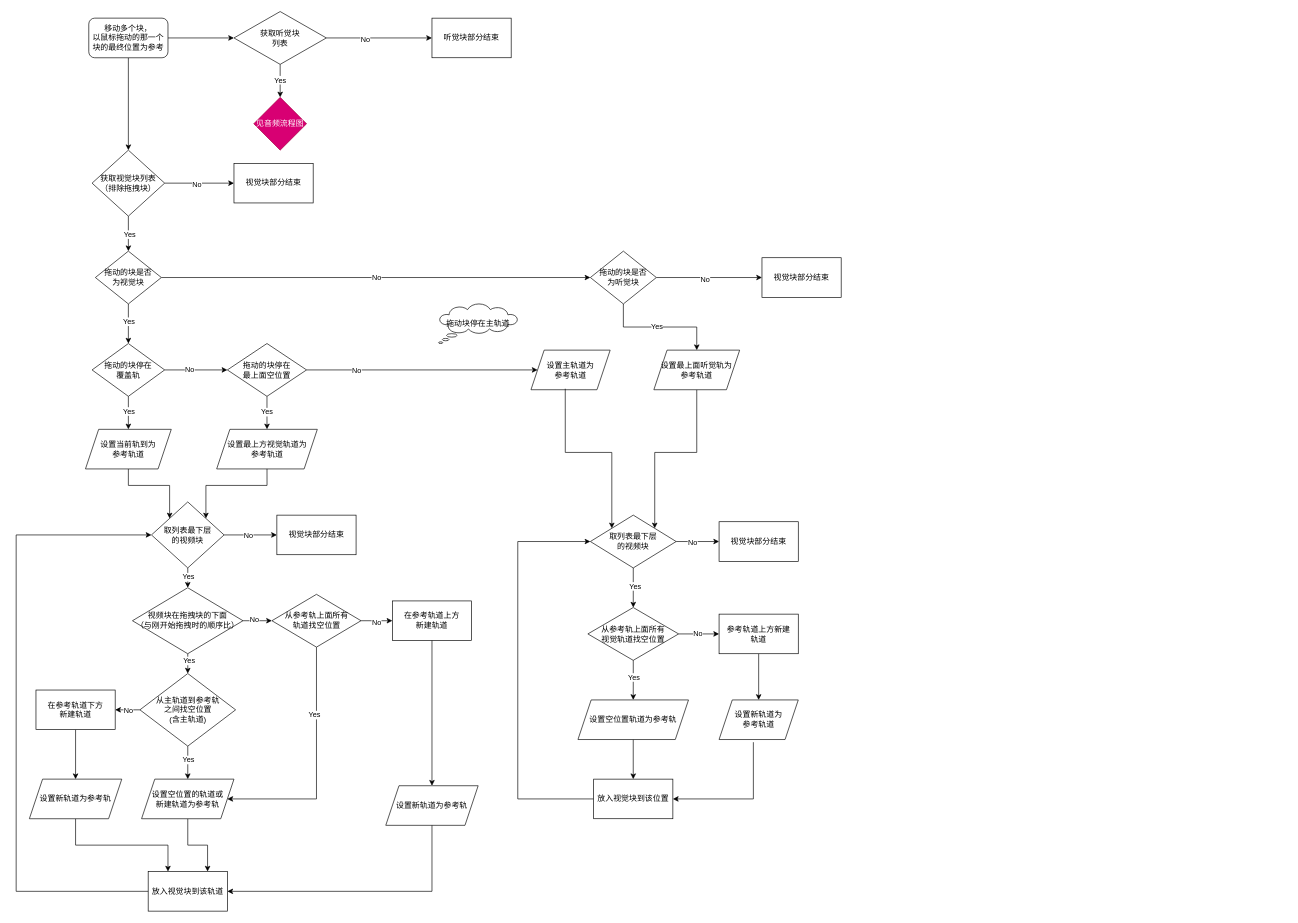
Before: page "多块移动-视觉块" (4 of 5) of drag flow.drawio in macfanr/drawio, a draw.io diagram. Source tidied: cells renumbered, new cells numbered last; positions are measured from the earlier drawing's top-left corner, leaving out a move shared by most shapes. Both pictures are drawn from the tidied source at 66%, with x=0, y=0 at pixel (16, 11).
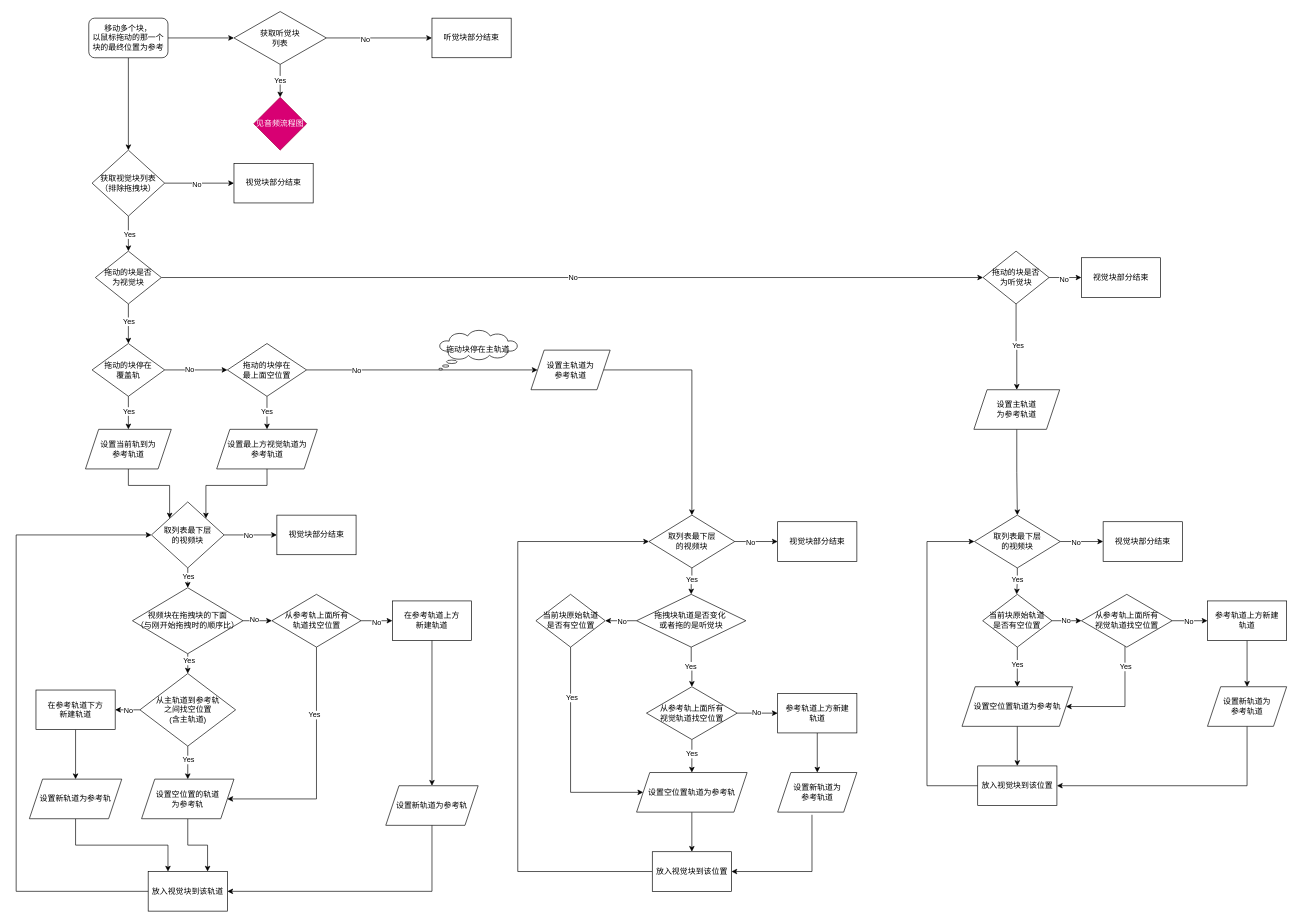
The same page after the edit.

Unchanged cells that the change refers to:
```xml
<mxCell id="94" value="设置主轨道为&lt;br&gt;参考轨道" style="shape=parallelogram;perimeter=parallelogramPerimeter;whiteSpace=wrap;html=1;fixedSize=1;rounded=0;" parent="1" vertex="1">
  <mxGeometry x="780" y="513" width="120" height="60" as="geometry" />
</mxCell>
```

Diff of the diagram source:
```diff
@@
     <mxCell id="15" style="endArrow=classic;html=1;rounded=0;entryX=0;entryY=0.5;entryDx=0;entryDy=0;exitX=0;exitY=0.5;exitDx=0;exitDy=0;" parent="1" edge="1" source="38" target="31">
       <mxGeometry relative="1" as="geometry">
         <Array as="points">
-          <mxPoint x="760" y="1193" />
+          <mxPoint x="760" y="1303" />
           <mxPoint x="760" y="803" />
         </Array>
       </mxGeometry>
     </mxCell>
@@
     <mxCell id="26" value="拖动的块是否&lt;br&gt;为听觉块" style="rhombus;whiteSpace=wrap;html=1;rounded=0;" parent="1" vertex="1">
-      <mxGeometry x="870" y="363" width="100" height="80" as="geometry" />
+      <mxGeometry x="1465" y="363" width="100" height="80" as="geometry" />
     </mxCell>
@@
-    <mxCell id="29" style="edgeStyle=orthogonalEdgeStyle;rounded=0;jettySize=auto;html=1;endArrow=classic;endFill=1;" parent="1" edge="1" source="31" target="37">
-      <mxGeometry relative="1" as="geometry" />
-    </mxCell>
-    <mxCell id="30" value="Yes" style="edgeLabel;html=1;align=center;verticalAlign=middle;" parent="29" vertex="1">
-      <mxGeometry x="-0.11" y="2" relative="1" as="geometry" />
-    </mxCell>
+    <mxCell id="100" style="edgeStyle=orthogonalEdgeStyle;rounded=0;jettySize=auto;html=1;" parent="1" edge="1" source="31" target="107">
+      <mxGeometry relative="1" as="geometry" />
+    </mxCell>
+    <mxCell id="101" value="Yes" style="edgeLabel;html=1;align=center;verticalAlign=middle;" parent="100" vertex="1">
+      <mxGeometry x="-0.17" relative="1" as="geometry" />
+    </mxCell>
     <mxCell id="31" value="取列表最下层&lt;br&gt;的视频块" style="rhombus;whiteSpace=wrap;html=1;rounded=0;" parent="1" vertex="1">
-      <mxGeometry x="870" y="763" width="130" height="80" as="geometry" />
+      <mxGeometry x="958.8" y="763" width="130" height="80" as="geometry" />
     </mxCell>
     <mxCell id="32" value="视觉块部分结束" style="whiteSpace=wrap;html=1;rounded=0;" parent="1" vertex="1">
-      <mxGeometry x="1065" y="773" width="120" height="60" as="geometry" />
+      <mxGeometry x="1153.8" y="773" width="120" height="60" as="geometry" />
     </mxCell>
@@
     <mxCell id="37" value="从参考轨上面所有&lt;br&gt;视觉轨道找空位置" style="rhombus;whiteSpace=wrap;html=1;rounded=0;" parent="1" vertex="1">
-      <mxGeometry x="866.2" y="903" width="137.5" height="80" as="geometry" />
+      <mxGeometry x="955" y="1023" width="137.5" height="80" as="geometry" />
     </mxCell>
     <mxCell id="38" value="放入视觉块到该位置" style="whiteSpace=wrap;html=1;rounded=0;" parent="1" vertex="1">
-      <mxGeometry x="875" y="1163" width="120" height="60" as="geometry" />
+      <mxGeometry x="963.8" y="1273" width="120" height="60" as="geometry" />
     </mxCell>
-    <mxCell id="39" style="edgeStyle=orthogonalEdgeStyle;rounded=0;jettySize=auto;html=1;endArrow=classic;endFill=1;entryX=1;entryY=0;entryDx=0;entryDy=0;" parent="1" edge="1" source="40" target="31">
-      <mxGeometry relative="1" as="geometry" />
-    </mxCell>
+    <mxCell id="102" style="edgeStyle=orthogonalEdgeStyle;rounded=0;jettySize=auto;html=1;entryX=0.5;entryY=0;entryDx=0;entryDy=0;" parent="1" edge="1" source="40" target="116">
+      <mxGeometry relative="1" as="geometry" />
+    </mxCell>
-    <mxCell id="40" value="设置最上面听觉轨为&lt;br&gt;参考轨道" style="shape=parallelogram;perimeter=parallelogramPerimeter;whiteSpace=wrap;html=1;fixedSize=1;rounded=0;" parent="1" vertex="1">
-      <mxGeometry x="966.2" y="513" width="130" height="60" as="geometry" />
+    <mxCell id="40" value="设置主轨道&lt;br&gt;为参考轨道" style="shape=parallelogram;perimeter=parallelogramPerimeter;whiteSpace=wrap;html=1;fixedSize=1;rounded=0;" parent="1" vertex="1">
+      <mxGeometry x="1451.1" y="573" width="130" height="60" as="geometry" />
     </mxCell>
@@
     <mxCell id="42" value="设置空位置轨道为参考轨" style="shape=parallelogram;perimeter=parallelogramPerimeter;whiteSpace=wrap;html=1;fixedSize=1;rounded=0;" parent="1" vertex="1">
-      <mxGeometry x="851.2" y="1043" width="167.5" height="60" as="geometry" />
+      <mxGeometry x="940" y="1153" width="167.5" height="60" as="geometry" />
     </mxCell>
@@
     <mxCell id="44" value="&lt;span&gt;参考轨道上方新建&lt;br&gt;轨道&lt;br&gt;&lt;/span&gt;" style="whiteSpace=wrap;html=1;rounded=0;" parent="1" vertex="1">
-      <mxGeometry x="1065" y="913" width="120" height="60" as="geometry" />
+      <mxGeometry x="1153.8" y="1033" width="120" height="60" as="geometry" />
     </mxCell>
     <mxCell id="45" value="视觉块部分结束" style="whiteSpace=wrap;html=1;rounded=0;" parent="1" vertex="1">
-      <mxGeometry x="1130" y="373" width="120" height="60" as="geometry" />
+      <mxGeometry x="1614" y="373" width="120" height="60" as="geometry" />
     </mxCell>
@@
-    <mxCell id="59" value="设置空位置的轨道或&lt;br&gt;新建轨道为参考轨" style="shape=parallelogram;perimeter=parallelogramPerimeter;whiteSpace=wrap;html=1;fixedSize=1;rounded=0;" parent="1" vertex="1">
+    <mxCell id="59" value="设置空位置的轨道&lt;br&gt;为参考轨" style="shape=parallelogram;perimeter=parallelogramPerimeter;whiteSpace=wrap;html=1;fixedSize=1;rounded=0;" parent="1" vertex="1">
       <mxGeometry x="190" y="1163" width="140" height="60" as="geometry" />
     </mxCell>
@@
     <mxCell id="93" value="拖动块停在主轨道" style="whiteSpace=wrap;html=1;shape=mxgraph.basic.cloud_callout;rounded=0;" parent="1" vertex="1">
-      <mxGeometry x="640" y="443" width="120" height="60" as="geometry" />
+      <mxGeometry x="640" y="483" width="120" height="60" as="geometry" />
     </mxCell>
+    <mxCell id="95" style="edgeStyle=orthogonalEdgeStyle;rounded=0;jettySize=auto;html=1;entryX=0.5;entryY=0;entryDx=0;entryDy=0;" parent="1" edge="1" source="94" target="31">
+      <mxGeometry relative="1" as="geometry" />
+    </mxCell>
@@
-    <mxCell id="95" style="edgeStyle=orthogonalEdgeStyle;rounded=0;jettySize=auto;html=1;exitX=0.433;exitY=0.975;exitDx=0;exitDy=0;exitPerimeter=0;entryX=0;entryY=0;entryDx=0;entryDy=0;" parent="1" edge="1" source="94" target="31">
-      <mxGeometry relative="1" as="geometry" />
-    </mxCell>
     <mxCell id="96" style="edgeStyle=orthogonalEdgeStyle;rounded=0;jettySize=auto;html=1;entryX=1;entryY=0.5;entryDx=0;entryDy=0;exitX=0.433;exitY=1.067;exitDx=0;exitDy=0;exitPerimeter=0;" parent="1" edge="1" source="97" target="38">
       <mxGeometry relative="1" as="geometry">
         <Array as="points">
-          <mxPoint x="1117" y="1193" />
+          <mxPoint x="1205.8" y="1303" />
         </Array>
       </mxGeometry>
     </mxCell>
     <mxCell id="97" value="设置新轨道为&lt;br&gt;参考轨道" style="shape=parallelogram;perimeter=parallelogramPerimeter;whiteSpace=wrap;html=1;fixedSize=1;rounded=0;" parent="1" vertex="1">
-      <mxGeometry x="1065" y="1043" width="120" height="60" as="geometry" />
+      <mxGeometry x="1153.8" y="1153" width="120" height="60" as="geometry" />
     </mxCell>
@@
+    <mxCell id="103" style="edgeStyle=orthogonalEdgeStyle;rounded=0;jettySize=auto;html=1;" parent="1" edge="1" source="107" target="37">
+      <mxGeometry relative="1" as="geometry" />
+    </mxCell>
+    <mxCell id="104" value="Yes" style="edgeLabel;html=1;align=center;verticalAlign=middle;" parent="103" vertex="1">
+      <mxGeometry x="-0.08" y="-1" relative="1" as="geometry" />
+    </mxCell>
+    <mxCell id="105" style="edgeStyle=orthogonalEdgeStyle;rounded=0;jettySize=auto;html=1;" parent="1" edge="1" source="107" target="110">
+      <mxGeometry relative="1" as="geometry" />
+    </mxCell>
+    <mxCell id="106" value="No" style="edgeLabel;html=1;align=center;verticalAlign=middle;" parent="105" vertex="1">
+      <mxGeometry x="-0.05" relative="1" as="geometry" />
+    </mxCell>
+    <mxCell id="107" value="拖拽块轨道是否变化&amp;nbsp;&lt;br&gt;或者拖的是听觉块" style="rhombus;whiteSpace=wrap;html=1;rounded=0;" parent="1" vertex="1">
+      <mxGeometry x="940" y="883" width="165.6" height="80" as="geometry" />
+    </mxCell>
+    <mxCell id="108" style="edgeStyle=orthogonalEdgeStyle;rounded=0;jettySize=auto;html=1;entryX=0;entryY=0.5;entryDx=0;entryDy=0;" parent="1" edge="1" source="110" target="42">
+      <mxGeometry relative="1" as="geometry">
+        <Array as="points">
+          <mxPoint x="840" y="1183" />
+        </Array>
+      </mxGeometry>
+    </mxCell>
+    <mxCell id="109" value="Yes" style="edgeLabel;html=1;align=center;verticalAlign=middle;" parent="108" vertex="1">
+      <mxGeometry x="-0.54" y="1" relative="1" as="geometry" />
+    </mxCell>
+    <mxCell id="110" value="当前块原始轨道&lt;br&gt;是否有空位置" style="rhombus;whiteSpace=wrap;html=1;rounded=0;" parent="1" vertex="1">
+      <mxGeometry x="787.5" y="883" width="105" height="80" as="geometry" />
+    </mxCell>
+    <mxCell id="111" style="endArrow=classic;html=1;rounded=0;entryX=0;entryY=0.5;entryDx=0;entryDy=0;exitX=0;exitY=0.5;exitDx=0;exitDy=0;" parent="1" edge="1" source="120" target="116">
+      <mxGeometry relative="1" as="geometry">
+        <Array as="points">
+          <mxPoint x="1380" y="1173" />
+          <mxPoint x="1380" y="803" />
+        </Array>
+      </mxGeometry>
+    </mxCell>
+    <mxCell id="112" style="edgeStyle=orthogonalEdgeStyle;rounded=0;jettySize=auto;html=1;endArrow=classic;endFill=1;entryX=0;entryY=0.5;entryDx=0;entryDy=0;" parent="1" edge="1" source="116" target="117">
+      <mxGeometry relative="1" as="geometry" />
+    </mxCell>
+    <mxCell id="113" value="No" style="edgeLabel;html=1;align=center;verticalAlign=middle;" parent="112" vertex="1">
+      <mxGeometry x="-0.25" y="1" relative="1" as="geometry">
+        <mxPoint y="1" as="offset" />
+      </mxGeometry>
+    </mxCell>
+    <mxCell id="114" style="edgeStyle=orthogonalEdgeStyle;rounded=0;jettySize=auto;html=1;" parent="1" edge="1" source="116">
+      <mxGeometry relative="1" as="geometry">
+        <mxPoint x="1515.9" y="883" as="targetPoint" />
+      </mxGeometry>
+    </mxCell>
+    <mxCell id="115" value="Yes" style="edgeLabel;html=1;align=center;verticalAlign=middle;" parent="114" vertex="1">
+      <mxGeometry x="-0.17" relative="1" as="geometry" />
+    </mxCell>
+    <mxCell id="116" value="取列表最下层&lt;br&gt;的视频块" style="rhombus;whiteSpace=wrap;html=1;rounded=0;" parent="1" vertex="1">
+      <mxGeometry x="1451.9" y="763" width="130" height="80" as="geometry" />
+    </mxCell>
+    <mxCell id="117" value="视觉块部分结束" style="whiteSpace=wrap;html=1;rounded=0;" parent="1" vertex="1">
+      <mxGeometry x="1646.9" y="773" width="120" height="60" as="geometry" />
+    </mxCell>
+    <mxCell id="118" style="edgeStyle=orthogonalEdgeStyle;rounded=0;jettySize=auto;html=1;endArrow=classic;endFill=1;entryX=0.5;entryY=0;entryDx=0;entryDy=0;exitX=0.5;exitY=1;exitDx=0;exitDy=0;" parent="1" edge="1" source="128" target="122">
+      <mxGeometry relative="1" as="geometry" />
+    </mxCell>
+    <mxCell id="119" value="Yes" style="edgeLabel;html=1;align=center;verticalAlign=middle;" parent="118" vertex="1">
+      <mxGeometry x="-0.13" relative="1" as="geometry" />
+    </mxCell>
+    <mxCell id="120" value="放入视觉块到该位置" style="whiteSpace=wrap;html=1;rounded=0;" parent="1" vertex="1">
+      <mxGeometry x="1456.9" y="1143" width="120" height="60" as="geometry" />
+    </mxCell>
+    <mxCell id="121" style="edgeStyle=orthogonalEdgeStyle;rounded=0;jettySize=auto;html=1;endArrow=classic;endFill=1;exitX=0.5;exitY=1;exitDx=0;exitDy=0;" parent="1" edge="1" source="122" target="120">
+      <mxGeometry relative="1" as="geometry" />
+    </mxCell>
+    <mxCell id="122" value="设置空位置轨道为参考轨" style="shape=parallelogram;perimeter=parallelogramPerimeter;whiteSpace=wrap;html=1;fixedSize=1;rounded=0;" parent="1" vertex="1">
+      <mxGeometry x="1433.1" y="1023" width="167.5" height="60" as="geometry" />
+    </mxCell>
+    <mxCell id="123" style="edgeStyle=orthogonalEdgeStyle;rounded=0;jettySize=auto;html=1;" parent="1" edge="1" source="124" target="126">
+      <mxGeometry relative="1" as="geometry" />
+    </mxCell>
+    <mxCell id="124" value="&lt;span&gt;参考轨道上方新建&lt;br&gt;轨道&lt;br&gt;&lt;/span&gt;" style="whiteSpace=wrap;html=1;rounded=0;" parent="1" vertex="1">
+      <mxGeometry x="1805" y="893" width="120" height="60" as="geometry" />
+    </mxCell>
+    <mxCell id="125" style="edgeStyle=orthogonalEdgeStyle;rounded=0;jettySize=auto;html=1;entryX=1;entryY=0.5;entryDx=0;entryDy=0;" parent="1" edge="1" source="126" target="120">
+      <mxGeometry relative="1" as="geometry">
+        <Array as="points">
+          <mxPoint x="1865" y="1173" />
+        </Array>
+      </mxGeometry>
+    </mxCell>
+    <mxCell id="126" value="设置新轨道为&lt;br&gt;参考轨道" style="shape=parallelogram;perimeter=parallelogramPerimeter;whiteSpace=wrap;html=1;fixedSize=1;rounded=0;" parent="1" vertex="1">
+      <mxGeometry x="1805" y="1023" width="120" height="60" as="geometry" />
+    </mxCell>
+    <mxCell id="127" value="No" style="edgeStyle=orthogonalEdgeStyle;rounded=0;jettySize=auto;html=1;" parent="1" edge="1" source="128" target="133">
+      <mxGeometry relative="1" as="geometry" />
+    </mxCell>
+    <mxCell id="128" value="当前块原始轨道&lt;br&gt;是否有空位置" style="rhombus;whiteSpace=wrap;html=1;rounded=0;" parent="1" vertex="1">
+      <mxGeometry x="1464.4" y="883" width="105" height="80" as="geometry" />
+    </mxCell>
+    <mxCell id="129" style="edgeStyle=orthogonalEdgeStyle;rounded=0;jettySize=auto;html=1;" parent="1" edge="1" source="133" target="124">
+      <mxGeometry relative="1" as="geometry" />
+    </mxCell>
+    <mxCell id="130" value="No" style="edgeLabel;html=1;align=center;verticalAlign=middle;" parent="129" vertex="1">
+      <mxGeometry x="-0.08" y="-1" relative="1" as="geometry" />
+    </mxCell>
+    <mxCell id="131" style="edgeStyle=orthogonalEdgeStyle;rounded=0;jettySize=auto;html=1;entryX=1;entryY=0.5;entryDx=0;entryDy=0;" parent="1" edge="1" source="133" target="122">
+      <mxGeometry relative="1" as="geometry">
+        <Array as="points">
+          <mxPoint x="1680" y="1053" />
+        </Array>
+      </mxGeometry>
+    </mxCell>
+    <mxCell id="132" value="Yes" style="edgeLabel;html=1;align=center;verticalAlign=middle;" parent="131" vertex="1">
+      <mxGeometry x="-0.66" relative="1" as="geometry" />
+    </mxCell>
+    <mxCell id="133" value="从参考轨上面所有&lt;br&gt;视觉轨道找空位置" style="rhombus;whiteSpace=wrap;html=1;rounded=0;" parent="1" vertex="1">
+      <mxGeometry x="1614" y="883" width="137.5" height="80" as="geometry" />
+    </mxCell>
```
